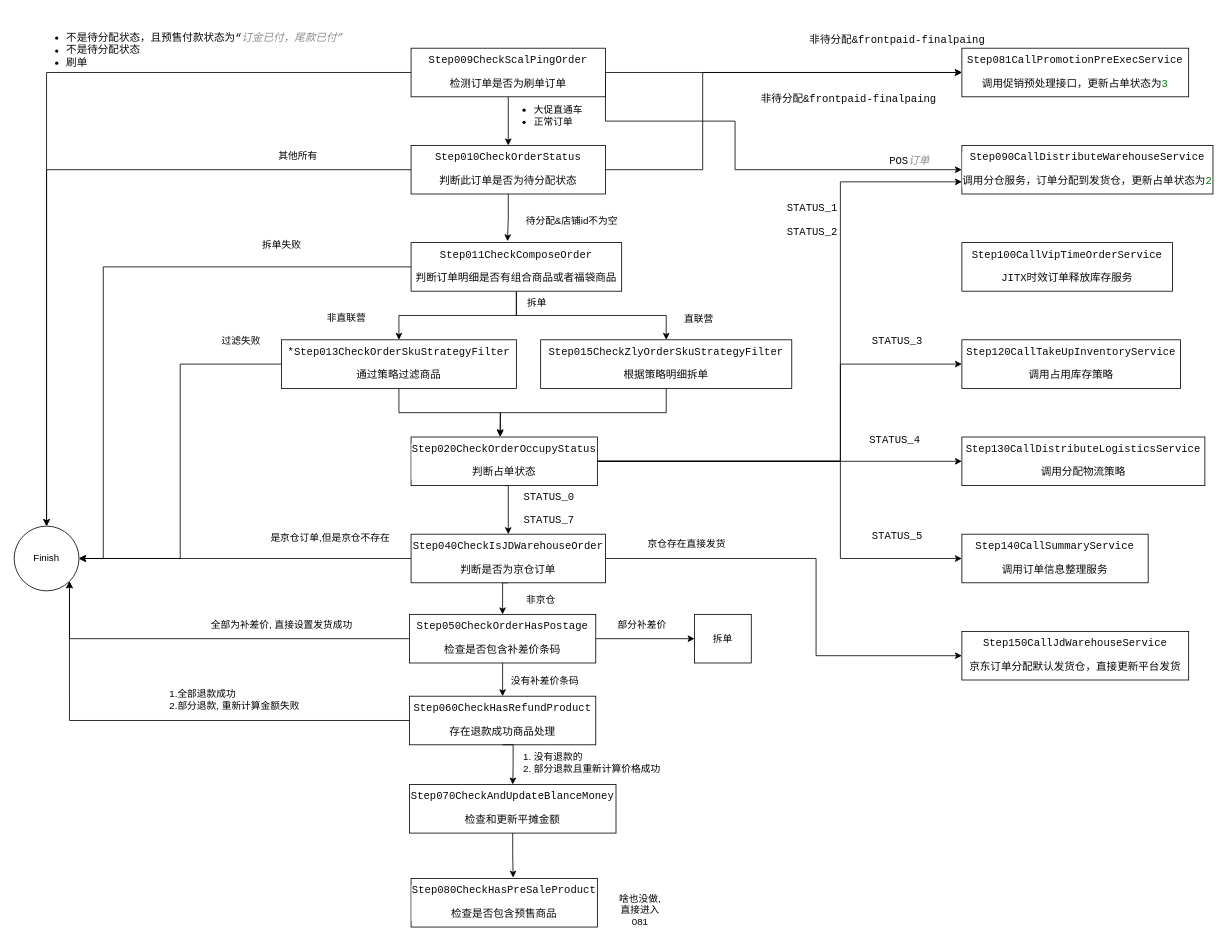
The draw.io diagram VF/VMID/order.drawio in yeahsyoung/diagram, before the edit. Source tidied: cells renumbered, new cells numbered last; positions are measured from the earlier drawing's top-left corner, leaving out a move shared by most shapes. Both pictures are drawn from the tidied source at 81%, with x=0, y=0 at pixel (14, 14).
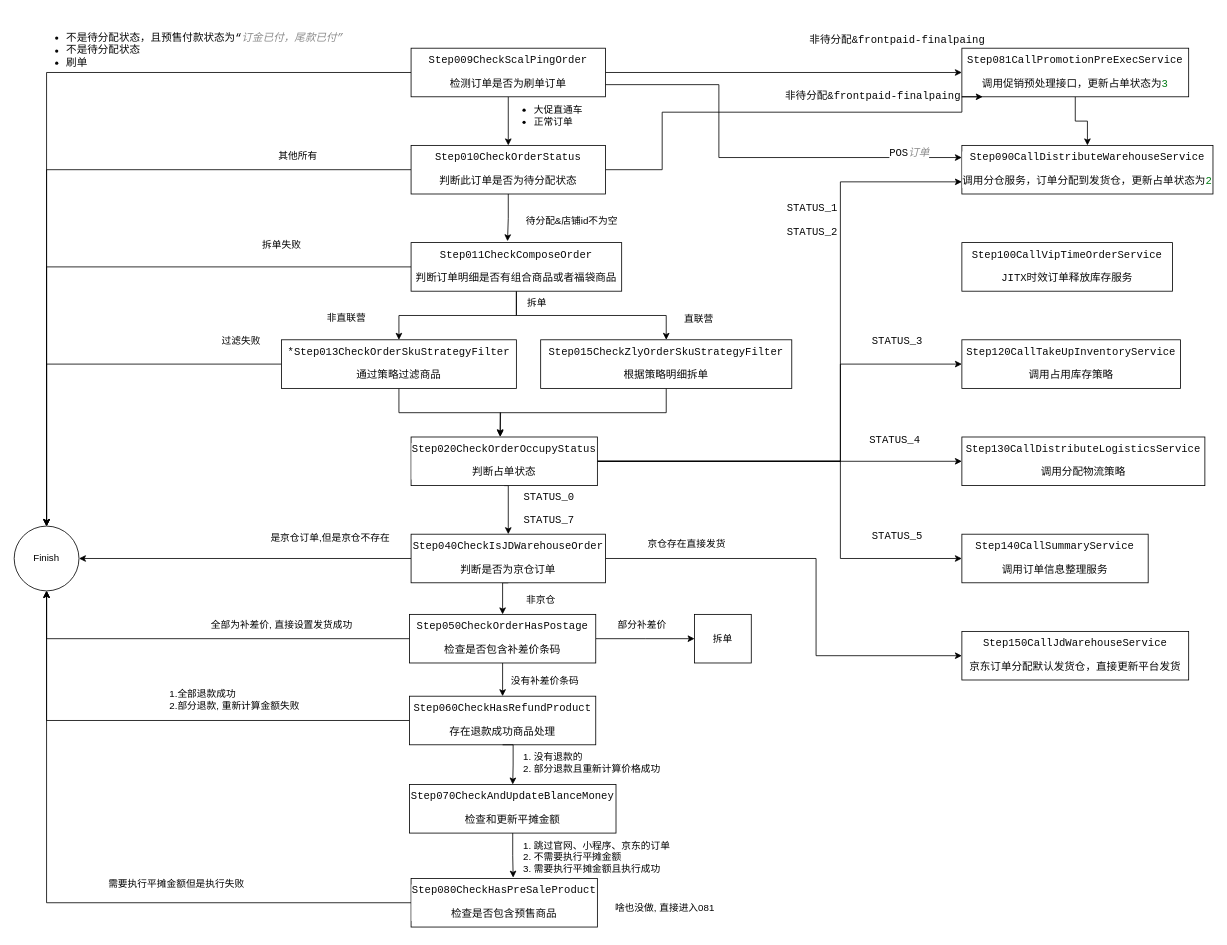
After the change.

The change refers to these unchanged cells:
```xml
<mxCell id="6" value="&lt;div style=&quot;background-color:#ffffff;color:#080808&quot;&gt;&lt;pre style=&quot;font-family:'JetBrains Mono',monospace;font-size:9.8pt;&quot;&gt;Step009CheckScalPingOrder&lt;/pre&gt;&lt;pre style=&quot;font-family:'JetBrains Mono',monospace;font-size:9.8pt;&quot;&gt;&lt;div&gt;&lt;pre style=&quot;font-family:'Menlo-Regular',monospace;font-size:9.8pt;&quot;&gt;检测订单是否为刷单订单&lt;/pre&gt;&lt;/div&gt;&lt;/pre&gt;&lt;/div&gt;" style="rounded=0;whiteSpace=wrap;html=1;" parent="1" vertex="1">
  <mxGeometry x="490" y="42" width="240" height="60" as="geometry" />
</mxCell>
<mxCell id="10" value="&lt;div style=&quot;background-color:#ffffff;color:#080808&quot;&gt;&lt;pre style=&quot;font-family:'JetBrains Mono',monospace;font-size:9.8pt;&quot;&gt;Step060CheckHasRefundProduct&lt;/pre&gt;&lt;pre style=&quot;font-family:'JetBrains Mono',monospace;font-size:9.8pt;&quot;&gt;&lt;div&gt;&lt;pre style=&quot;font-family:'Menlo-Regular',monospace;font-size:9.8pt;&quot;&gt;存在退款成功商品处理&lt;/pre&gt;&lt;/div&gt;&lt;/pre&gt;&lt;/div&gt;" style="rounded=0;whiteSpace=wrap;html=1;" parent="1" vertex="1">
  <mxGeometry x="488" y="842" width="230" height="60" as="geometry" />
</mxCell>
<mxCell id="14" value="&lt;div style=&quot;background-color:#ffffff;color:#080808&quot;&gt;&lt;pre style=&quot;font-family:'JetBrains Mono',monospace;font-size:9.8pt;&quot;&gt;&lt;div&gt;&lt;pre style=&quot;font-family:'JetBrains Mono',monospace;font-size:9.8pt;&quot;&gt;Step090CallDistributeWarehouseService&lt;/pre&gt;&lt;/div&gt;&lt;/pre&gt;&lt;pre style=&quot;font-family:'JetBrains Mono',monospace;font-size:9.8pt;&quot;&gt;&lt;pre style=&quot;font-family:'Menlo-Regular',monospace;font-size:9.8pt;&quot;&gt;&lt;div&gt;&lt;pre style=&quot;font-family:'Menlo-Regular',monospace;font-size:9.8pt;&quot;&gt;调用分仓服务，订单分配到发货仓，更新占单状态为&lt;span style=&quot;color:#067d17;font-family:'JetBrains Mono',monospace;&quot;&gt;2&lt;/span&gt;&lt;/pre&gt;&lt;/div&gt;&lt;/pre&gt;&lt;/pre&gt;&lt;/div&gt;" style="rounded=0;whiteSpace=wrap;html=1;" parent="1" vertex="1">
  <mxGeometry x="1170" y="162" width="310" height="60" as="geometry" />
</mxCell>
<mxCell id="15" value="&lt;div style=&quot;background-color:#ffffff;color:#080808&quot;&gt;&lt;pre style=&quot;font-family:'JetBrains Mono',monospace;font-size:9.8pt;&quot;&gt;&lt;div&gt;&lt;pre style=&quot;font-family:'JetBrains Mono',monospace;font-size:9.8pt;&quot;&gt;Step081CallPromotionPreExecService&lt;/pre&gt;&lt;/div&gt;&lt;/pre&gt;&lt;pre style=&quot;font-family:'JetBrains Mono',monospace;font-size:9.8pt;&quot;&gt;&lt;pre style=&quot;font-family:'Menlo-Regular',monospace;font-size:9.8pt;&quot;&gt;&lt;div&gt;&lt;pre style=&quot;font-family:'Menlo-Regular',monospace;font-size:9.8pt;&quot;&gt;调用促销预处理接口，更新占单状态为&lt;span style=&quot;color:#067d17;font-family:'JetBrains Mono',monospace;&quot;&gt;3&lt;/span&gt;&lt;/pre&gt;&lt;/div&gt;&lt;/pre&gt;&lt;/pre&gt;&lt;/div&gt;" style="rounded=0;whiteSpace=wrap;html=1;" parent="1" vertex="1">
  <mxGeometry x="1170" y="42" width="280" height="60" as="geometry" />
</mxCell>
<mxCell id="18" value="&lt;div style=&quot;background-color:#ffffff;color:#080808&quot;&gt;&lt;pre style=&quot;font-family:'JetBrains Mono',monospace;font-size:9.8pt;&quot;&gt;&lt;div&gt;&lt;pre style=&quot;font-family:'JetBrains Mono',monospace;font-size:9.8pt;&quot;&gt;*Step013CheckOrderSkuStrategyFilter&lt;/pre&gt;&lt;/div&gt;&lt;/pre&gt;&lt;pre style=&quot;font-family:'JetBrains Mono',monospace;font-size:9.8pt;&quot;&gt;&lt;pre style=&quot;font-family:'Menlo-Regular',monospace;font-size:9.8pt;&quot;&gt;&lt;div&gt;&lt;pre style=&quot;font-family:'Menlo-Regular',monospace;font-size:9.8pt;&quot;&gt;通过策略过滤商品&lt;/pre&gt;&lt;/div&gt;&lt;/pre&gt;&lt;/pre&gt;&lt;/div&gt;" style="rounded=0;whiteSpace=wrap;html=1;" parent="1" vertex="1">
  <mxGeometry x="330" y="402" width="290" height="60" as="geometry" />
</mxCell>
<mxCell id="22" value="&lt;div style=&quot;background-color:#ffffff;color:#080808&quot;&gt;&lt;pre style=&quot;font-family:'JetBrains Mono',monospace;font-size:9.8pt;&quot;&gt;&lt;div&gt;&lt;pre style=&quot;font-family:'JetBrains Mono',monospace;font-size:9.8pt;&quot;&gt;Step011CheckComposeOrder&lt;/pre&gt;&lt;/div&gt;&lt;/pre&gt;&lt;pre style=&quot;font-family:'JetBrains Mono',monospace;font-size:9.8pt;&quot;&gt;&lt;pre style=&quot;font-family:'Menlo-Regular',monospace;font-size:9.8pt;&quot;&gt;&lt;div&gt;&lt;pre style=&quot;font-family:'Menlo-Regular',monospace;font-size:9.8pt;&quot;&gt;判断订单明细是否有组合商品或者福袋商品&lt;/pre&gt;&lt;/div&gt;&lt;/pre&gt;&lt;/pre&gt;&lt;/div&gt;" style="rounded=0;html=1;whiteSpace=wrap;" parent="1" vertex="1">
  <mxGeometry x="490" y="282" width="260" height="60" as="geometry" />
</mxCell>
<mxCell id="25" value="&lt;div style=&quot;background-color:#ffffff;color:#080808&quot;&gt;&lt;pre style=&quot;font-family:'JetBrains Mono',monospace;font-size:9.8pt;&quot;&gt;&lt;div&gt;&lt;pre style=&quot;font-family:'JetBrains Mono',monospace;font-size:9.8pt;&quot;&gt;Step010CheckOrderStatus&lt;/pre&gt;&lt;/div&gt;&lt;/pre&gt;&lt;pre style=&quot;font-family:'JetBrains Mono',monospace;font-size:9.8pt;&quot;&gt;&lt;pre style=&quot;font-family:'Menlo-Regular',monospace;font-size:9.8pt;&quot;&gt;&lt;div&gt;&lt;pre style=&quot;font-family:'Menlo-Regular',monospace;font-size:9.8pt;&quot;&gt;判断此订单是否为待分配状态&lt;/pre&gt;&lt;/div&gt;&lt;/pre&gt;&lt;/pre&gt;&lt;/div&gt;" style="rounded=0;whiteSpace=wrap;html=1;" parent="1" vertex="1">
  <mxGeometry x="490" y="162" width="240" height="60" as="geometry" />
</mxCell>
<mxCell id="30" value="&lt;div style=&quot;background-color:#ffffff;color:#080808&quot;&gt;&lt;pre style=&quot;font-family:'JetBrains Mono',monospace;font-size:9.8pt;&quot;&gt;&lt;div&gt;&lt;pre style=&quot;font-family:'JetBrains Mono',monospace;font-size:9.8pt;&quot;&gt;Step050CheckOrderHasPostage&lt;/pre&gt;&lt;/div&gt;&lt;/pre&gt;&lt;pre style=&quot;font-family:'JetBrains Mono',monospace;font-size:9.8pt;&quot;&gt;&lt;pre style=&quot;font-family:'Menlo-Regular',monospace;font-size:9.8pt;&quot;&gt;&lt;div&gt;&lt;pre style=&quot;font-family:'Menlo-Regular',monospace;font-size:9.8pt;&quot;&gt;检查是否包含补差价条码&lt;/pre&gt;&lt;/div&gt;&lt;/pre&gt;&lt;/pre&gt;&lt;/div&gt;" style="rounded=0;whiteSpace=wrap;html=1;" parent="1" vertex="1">
  <mxGeometry x="488" y="741" width="230" height="60" as="geometry" />
</mxCell>
<mxCell id="44" value="Finish" style="ellipse;whiteSpace=wrap;html=1;" parent="1" vertex="1">
  <mxGeometry y="632" width="80" height="80" as="geometry" />
</mxCell>
<mxCell id="56" value="&lt;div style=&quot;background-color:#ffffff;color:#080808&quot;&gt;&lt;pre style=&quot;font-family:'JetBrains Mono',monospace;font-size:9.8pt;&quot;&gt;&lt;pre style=&quot;font-family:'JetBrains Mono',monospace;font-size:9.8pt;&quot;&gt;&lt;div&gt;&lt;pre style=&quot;font-family:'JetBrains Mono',monospace;font-size:9.8pt;&quot;&gt;Step080CheckHasPreSaleProduct&lt;/pre&gt;&lt;/div&gt;&lt;/pre&gt;&lt;/pre&gt;&lt;pre style=&quot;font-family:'JetBrains Mono',monospace;font-size:9.8pt;&quot;&gt;&lt;pre style=&quot;font-family:'Menlo-Regular',monospace;font-size:9.8pt;&quot;&gt;&lt;pre style=&quot;font-family:'Menlo-Regular',monospace;font-size:9.8pt;&quot;&gt;&lt;div&gt;&lt;pre style=&quot;font-family:'Menlo-Regular',monospace;font-size:9.8pt;&quot;&gt;检查是否包含预售商品&lt;/pre&gt;&lt;/div&gt;&lt;/pre&gt;&lt;/pre&gt;&lt;/pre&gt;&lt;/div&gt;" style="rounded=0;whiteSpace=wrap;html=1;" parent="1" vertex="1">
  <mxGeometry x="490" y="1067" width="230" height="60" as="geometry" />
</mxCell>
```

Diff of the diagram source:
```diff
@@
-    <mxCell id="5" style="edgeStyle=orthogonalEdgeStyle;rounded=0;jettySize=auto;html=1;exitX=1;exitY=0.5;exitDx=0;exitDy=0;entryX=0;entryY=0.5;entryDx=0;entryDy=0;" parent="1" edge="1" source="6" target="14">
+    <mxCell id="5" style="edgeStyle=orthogonalEdgeStyle;rounded=0;jettySize=auto;html=1;exitX=1;exitY=0.75;exitDx=0;exitDy=0;entryX=0;entryY=0.25;entryDx=0;entryDy=0;" parent="1" edge="1" source="6" target="14">
       <mxGeometry relative="1" as="geometry">
         <Array as="points">
-          <mxPoint x="730" y="132" />
-          <mxPoint x="890" y="132" />
-          <mxPoint x="890" y="192" />
+          <mxPoint x="870" y="87" />
+          <mxPoint x="870" y="177" />
         </Array>
       </mxGeometry>
     </mxCell>
@@
-    <mxCell id="9" style="edgeStyle=orthogonalEdgeStyle;rounded=0;jettySize=auto;html=1;exitX=0;exitY=0.5;exitDx=0;exitDy=0;entryX=1;entryY=1;entryDx=0;entryDy=0;" parent="1" edge="1" source="10" target="44">
+    <mxCell id="9" style="edgeStyle=orthogonalEdgeStyle;rounded=0;jettySize=auto;html=1;exitX=0;exitY=0.5;exitDx=0;exitDy=0;entryX=0.5;entryY=1;entryDx=0;entryDy=0;" parent="1" edge="1" source="10" target="44">
       <mxGeometry relative="1" as="geometry" />
     </mxCell>
@@
+    <mxCell id="75" style="edgeStyle=orthogonalEdgeStyle;rounded=0;jettySize=auto;html=1;" parent="1" edge="1" source="15" target="14">
+      <mxGeometry relative="1" as="geometry" />
+    </mxCell>
@@
-    <mxCell id="17" style="edgeStyle=orthogonalEdgeStyle;rounded=0;jettySize=auto;html=1;exitX=0;exitY=0.5;exitDx=0;exitDy=0;entryX=1;entryY=0.5;entryDx=0;entryDy=0;" parent="1" edge="1" source="18" target="44">
+    <mxCell id="17" style="edgeStyle=orthogonalEdgeStyle;rounded=0;jettySize=auto;html=1;exitX=0;exitY=0.5;exitDx=0;exitDy=0;entryX=0.5;entryY=0;entryDx=0;entryDy=0;" parent="1" edge="1" source="18" target="44">
       <mxGeometry relative="1" as="geometry" />
     </mxCell>
@@
-    <mxCell id="21" style="edgeStyle=orthogonalEdgeStyle;rounded=0;jettySize=auto;html=1;exitX=0;exitY=0.5;exitDx=0;exitDy=0;entryX=1;entryY=0.5;entryDx=0;entryDy=0;" parent="1" edge="1" source="22" target="44">
-      <mxGeometry relative="1" as="geometry">
-        <Array as="points">
-          <mxPoint x="110" y="312" />
-          <mxPoint x="110" y="672" />
-        </Array>
-      </mxGeometry>
+    <mxCell id="21" style="edgeStyle=orthogonalEdgeStyle;rounded=0;jettySize=auto;html=1;exitX=0;exitY=0.5;exitDx=0;exitDy=0;entryX=0.5;entryY=0;entryDx=0;entryDy=0;" parent="1" edge="1" source="22" target="44">
+      <mxGeometry relative="1" as="geometry" />
     </mxCell>
@@
-    <mxCell id="24" style="edgeStyle=orthogonalEdgeStyle;rounded=0;jettySize=auto;html=1;exitX=1;exitY=0.5;exitDx=0;exitDy=0;entryX=0;entryY=0.5;entryDx=0;entryDy=0;" parent="1" edge="1" source="25" target="15">
+    <mxCell id="24" style="edgeStyle=orthogonalEdgeStyle;rounded=0;jettySize=auto;html=1;exitX=1;exitY=0.5;exitDx=0;exitDy=0;entryX=0.092;entryY=1;entryDx=0;entryDy=0;entryPerimeter=0;" parent="1" edge="1" source="25" target="15">
       <mxGeometry relative="1" as="geometry">
         <Array as="points">
-          <mxPoint x="850" y="192" />
-          <mxPoint x="850" y="72" />
+          <mxPoint x="800" y="192" />
+          <mxPoint x="800" y="121" />
+          <mxPoint x="1170" y="121" />
+          <mxPoint x="1170" y="102" />
         </Array>
       </mxGeometry>
     </mxCell>
@@
-    <mxCell id="28" style="edgeStyle=orthogonalEdgeStyle;rounded=0;jettySize=auto;html=1;exitX=0;exitY=0.5;exitDx=0;exitDy=0;entryX=1;entryY=1;entryDx=0;entryDy=0;" parent="1" edge="1" source="30" target="44">
+    <mxCell id="28" style="edgeStyle=orthogonalEdgeStyle;rounded=0;jettySize=auto;html=1;exitX=0;exitY=0.5;exitDx=0;exitDy=0;entryX=0.5;entryY=1;entryDx=0;entryDy=0;" parent="1" edge="1" source="30" target="44">
       <mxGeometry relative="1" as="geometry" />
     </mxCell>
@@
     <mxCell id="47" value="&lt;div style=&quot;background-color: rgb(255, 255, 255); color: rgb(8, 8, 8);&quot;&gt;&lt;pre style=&quot;font-family:'JetBrains Mono',monospace;font-size:9.8pt;&quot;&gt;POS&lt;span style=&quot;color:#8c8c8c;font-style:italic;font-family:'Menlo-Regular',monospace;&quot;&gt;订单&lt;/span&gt;&lt;/pre&gt;&lt;/div&gt;" style="text;html=1;align=center;verticalAlign=middle;strokeColor=none;fillColor=none;" parent="1" vertex="1">
-      <mxGeometry x="1070" y="152" width="70" height="60" as="geometry" />
+      <mxGeometry x="1070" y="141" width="70" height="60" as="geometry" />
     </mxCell>
@@
     <mxCell id="50" value="&lt;div style=&quot;background-color:#ffffff;color:#080808&quot;&gt;&lt;pre style=&quot;font-family:'Menlo-Regular',monospace;font-size:9.8pt;&quot;&gt;非待分配&amp;amp;frontpaid-finalpaing&lt;/pre&gt;&lt;/div&gt;" style="text;html=1;align=center;verticalAlign=middle;strokeColor=none;fillColor=none;" parent="1" vertex="1">
-      <mxGeometry x="910" y="75" width="240" height="60" as="geometry" />
+      <mxGeometry x="940" y="71" width="240" height="60" as="geometry" />
     </mxCell>
@@
+    <mxCell id="76" style="edgeStyle=orthogonalEdgeStyle;rounded=0;jettySize=auto;html=1;exitX=0;exitY=0.5;exitDx=0;exitDy=0;entryX=0.5;entryY=1;entryDx=0;entryDy=0;" parent="1" edge="1" source="56" target="44">
+      <mxGeometry relative="1" as="geometry" />
+    </mxCell>
@@
     <mxCell id="73" value="啥也没做, 直接进入081" style="text;html=1;strokeColor=none;fillColor=none;align=center;verticalAlign=middle;whiteSpace=wrap;rounded=0;" parent="1" vertex="1">
-      <mxGeometry x="743" y="1091" width="60" height="30" as="geometry" />
+      <mxGeometry x="735" y="1089" width="137" height="30" as="geometry" />
     </mxCell>
@@
+    <mxCell id="77" value="&lt;ol&gt;&lt;li&gt;跳过官网、小程序、京东的订单&lt;/li&gt;&lt;li&gt;不需要执行平摊金额&lt;/li&gt;&lt;li&gt;需要执行平摊金额且执行成功&lt;/li&gt;&lt;/ol&gt;" style="text;html=1;align=left;verticalAlign=middle;strokeColor=none;fillColor=none;" parent="1" vertex="1">
+      <mxGeometry x="600" y="1001" width="230" height="80" as="geometry" />
+    </mxCell>
+    <mxCell id="78" value="&lt;span style=&quot;text-align: left; background-color: initial;&quot;&gt;需要执行平摊金额但是执行失败&lt;/span&gt;" style="text;html=1;align=center;verticalAlign=middle;strokeColor=none;fillColor=none;" parent="1" vertex="1">
+      <mxGeometry x="105" y="1059" width="190" height="30" as="geometry" />
+    </mxCell>
```
